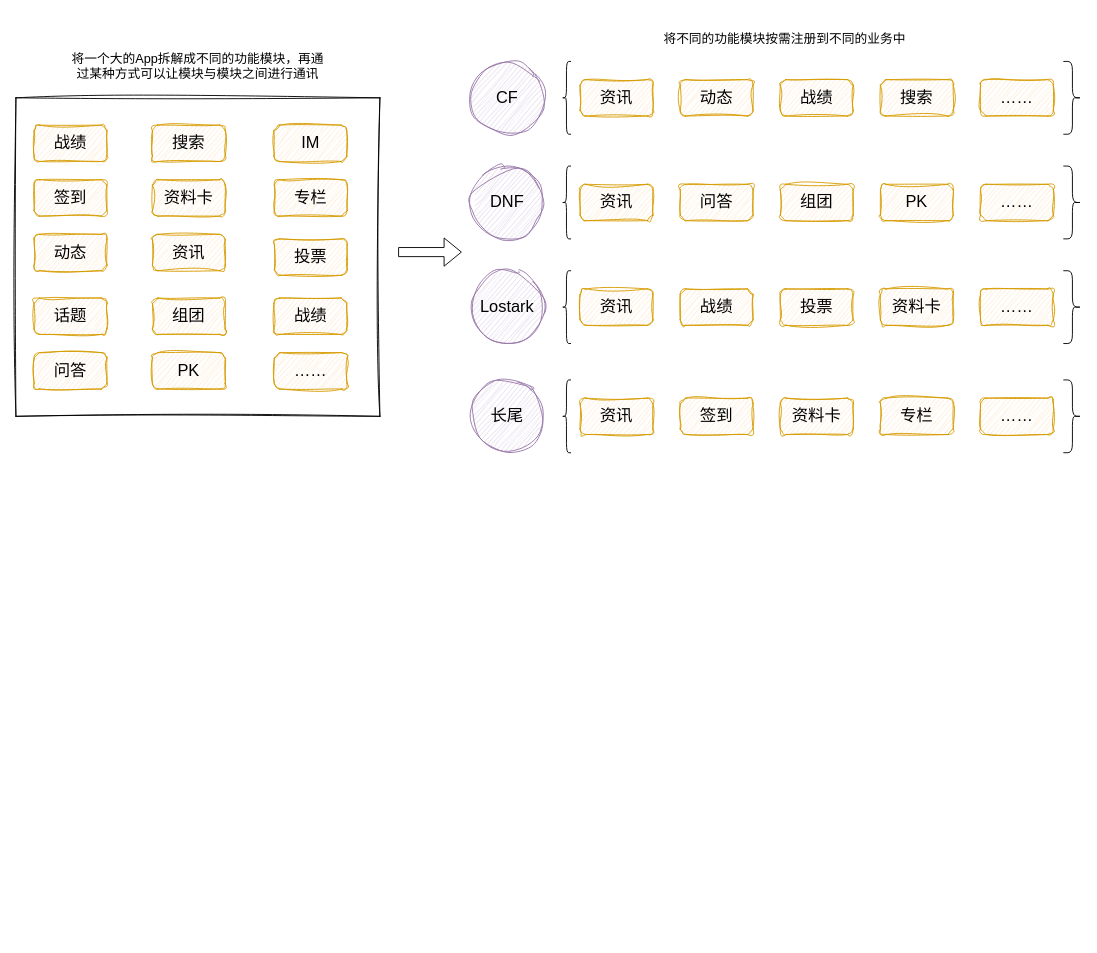
skindhu/9GAG keeps this draw.io diagram as nonConsistence.drawio. Above is the earlier version. Source tidied: cells renumbered, new cells numbered last; positions are measured from the earlier drawing's top-left corner, leaving out a move shared by most shapes. Both pictures are drawn from the tidied source at 91%, with x=0, y=0 at pixel (15, 15).
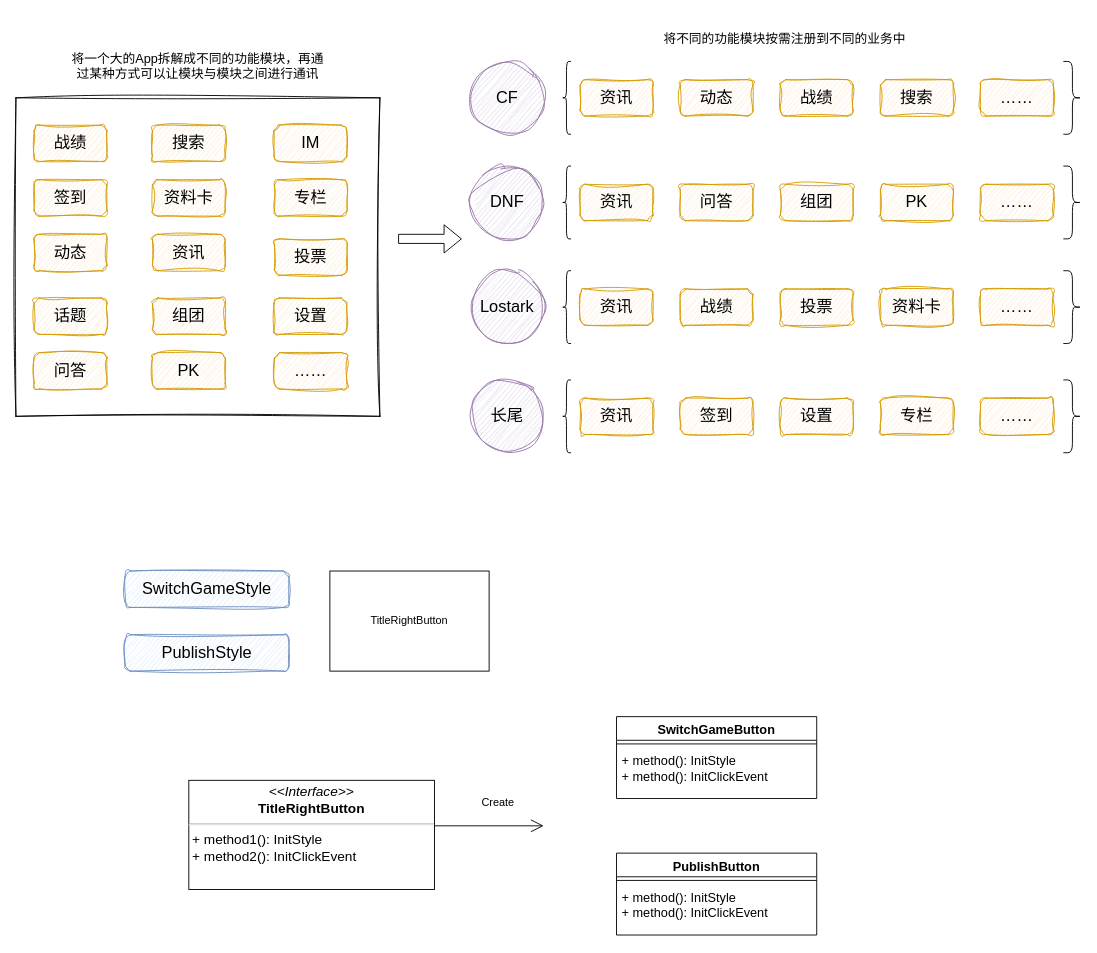
The same diagram, later.

What changed in the source:
```diff
@@
-    <mxCell id="17" value="&lt;span style=&quot;font-size: 18px;&quot;&gt;战绩&lt;/span&gt;" style="rounded=1;whiteSpace=wrap;html=1;fillColor=#ffe6cc;strokeColor=#d79b00;sketch=1;curveFitting=1;jiggle=2;" parent="1" vertex="1">
+    <mxCell id="17" value="&lt;font style=&quot;font-size: 18px;&quot;&gt;设置&lt;/font&gt;" style="rounded=1;whiteSpace=wrap;html=1;fillColor=#ffe6cc;strokeColor=#d79b00;sketch=1;curveFitting=1;jiggle=2;" parent="1" vertex="1">
       <mxGeometry x="283.5" y="310" width="80" height="40" as="geometry" />
     </mxCell>
@@
-    <mxCell id="26" value="&lt;font style=&quot;font-size: 18px;&quot;&gt;战绩&lt;/font&gt;" style="rounded=1;whiteSpace=wrap;html=1;fillColor=#ffe6cc;strokeColor=#d79b00;sketch=1;curveFitting=1;jiggle=2;" parent="1" vertex="1">
+    <mxCell id="26" value="&lt;span style=&quot;font-size: 18px;&quot;&gt;战绩&lt;/span&gt;" style="rounded=1;whiteSpace=wrap;html=1;fillColor=#ffe6cc;strokeColor=#d79b00;sketch=1;curveFitting=1;jiggle=2;" parent="1" vertex="1">
       <mxGeometry x="840" y="70" width="80" height="40" as="geometry" />
     </mxCell>
@@
-    <mxCell id="49" value="&lt;font style=&quot;font-size: 18px;&quot;&gt;资料卡&lt;/font&gt;" style="rounded=1;whiteSpace=wrap;html=1;fillColor=#ffe6cc;strokeColor=#d79b00;sketch=1;curveFitting=1;jiggle=2;" parent="1" vertex="1">
+    <mxCell id="49" value="&lt;font style=&quot;font-size: 18px;&quot;&gt;设置&lt;/font&gt;" style="rounded=1;whiteSpace=wrap;html=1;fillColor=#ffe6cc;strokeColor=#d79b00;sketch=1;curveFitting=1;jiggle=2;" parent="1" vertex="1">
       <mxGeometry x="840" y="420" width="80" height="40" as="geometry" />
     </mxCell>
@@
     <mxCell id="52" style="shape=flexArrow;endArrow=classic;html=1;rounded=0;" parent="1" edge="1">
       <mxGeometry relative="1" as="geometry">
-        <mxPoint x="420" y="259.5" as="sourcePoint" />
-        <mxPoint x="490" y="259.5" as="targetPoint" />
+        <mxPoint x="420" y="245" as="sourcePoint" />
+        <mxPoint x="490" y="245" as="targetPoint" />
       </mxGeometry>
     </mxCell>
+    <mxCell id="53" value="&lt;font style=&quot;font-size: 18px;&quot;&gt;SwitchGameStyle&lt;/font&gt;" style="rounded=1;whiteSpace=wrap;html=1;fillColor=#dae8fc;strokeColor=#6c8ebf;sketch=1;curveFitting=1;jiggle=2;" parent="1" vertex="1">
+      <mxGeometry x="120" y="610" width="180" height="40" as="geometry" />
+    </mxCell>
+    <mxCell id="54" value="&lt;font style=&quot;font-size: 18px;&quot;&gt;PublishStyle&lt;/font&gt;" style="rounded=1;whiteSpace=wrap;html=1;fillColor=#dae8fc;strokeColor=#6c8ebf;sketch=1;curveFitting=1;jiggle=2;" parent="1" vertex="1">
+      <mxGeometry x="120" y="680" width="180" height="40" as="geometry" />
+    </mxCell>
+    <mxCell id="55" value="TitleRightButton" style="rounded=0;whiteSpace=wrap;html=1;" parent="1" vertex="1">
+      <mxGeometry x="345" y="610" width="175" height="110" as="geometry" />
+    </mxCell>
+    <mxCell id="56" value="&lt;p style=&quot;margin: 4px 0px 0px; text-align: center; font-size: 15px;&quot;&gt;&lt;i style=&quot;font-size: 15px;&quot;&gt;&amp;lt;&amp;lt;Interface&amp;gt;&amp;gt;&lt;/i&gt;&lt;br style=&quot;font-size: 15px;&quot;&gt;&lt;b style=&quot;font-size: 15px;&quot;&gt;TitleRightButton&lt;/b&gt;&lt;/p&gt;&lt;hr style=&quot;font-size: 15px;&quot;&gt;&lt;p style=&quot;margin: 0px 0px 0px 4px; font-size: 15px;&quot;&gt;&lt;/p&gt;&lt;p style=&quot;margin: 0px 0px 0px 4px; font-size: 15px;&quot;&gt;+ method1(): InitStyle&lt;br style=&quot;font-size: 15px;&quot;&gt;+ method2(): InitClickEvent&lt;/p&gt;" style="verticalAlign=top;align=left;overflow=fill;fontSize=15;fontFamily=Helvetica;html=1;whiteSpace=wrap;" parent="1" vertex="1">
+      <mxGeometry x="190" y="840" width="270" height="120" as="geometry" />
+    </mxCell>
+    <mxCell id="57" value="SwitchGameButton" style="swimlane;fontStyle=1;align=center;verticalAlign=top;horizontal=1;startSize=26;whiteSpace=wrap;html=1;fontSize=14;" parent="1" vertex="1">
+      <mxGeometry x="660" y="770" width="220" height="90" as="geometry" />
+    </mxCell>
+    <mxCell id="58" style="line;strokeWidth=1;fillColor=none;align=left;verticalAlign=middle;spacingTop=-1;spacingLeft=3;spacingRight=3;labelPosition=right;strokeColor=inherit;" parent="57" vertex="1">
+      <mxGeometry y="26" width="220" height="8" as="geometry" />
+    </mxCell>
+    <mxCell id="59" value="+ method():&amp;nbsp;InitStyle&lt;br style=&quot;font-size: 14px;&quot;&gt;+ method():&amp;nbsp;InitClickEvent" style="text;strokeColor=none;fillColor=none;align=left;verticalAlign=top;spacingLeft=4;spacingRight=4;overflow=hidden;whiteSpace=wrap;html=1;fontSize=14;" parent="57" vertex="1">
+      <mxGeometry y="34" width="220" height="56" as="geometry" />
+    </mxCell>
+    <mxCell id="60" value="PublishButton" style="swimlane;fontStyle=1;align=center;verticalAlign=top;horizontal=1;startSize=26;whiteSpace=wrap;html=1;fontSize=14;" parent="1" vertex="1">
+      <mxGeometry x="660" y="920" width="220" height="90" as="geometry" />
+    </mxCell>
+    <mxCell id="61" style="line;strokeWidth=1;fillColor=none;align=left;verticalAlign=middle;spacingTop=-1;spacingLeft=3;spacingRight=3;labelPosition=right;strokeColor=inherit;" parent="60" vertex="1">
+      <mxGeometry y="26" width="220" height="8" as="geometry" />
+    </mxCell>
+    <mxCell id="62" value="+ method():&amp;nbsp;InitStyle&lt;br style=&quot;font-size: 14px;&quot;&gt;+ method():&amp;nbsp;InitClickEvent" style="text;strokeColor=none;fillColor=none;align=left;verticalAlign=top;spacingLeft=4;spacingRight=4;overflow=hidden;whiteSpace=wrap;html=1;fontSize=14;" parent="60" vertex="1">
+      <mxGeometry y="34" width="220" height="56" as="geometry" />
+    </mxCell>
+    <mxCell id="63" style="endArrow=open;endFill=1;endSize=12;html=1;rounded=0;" parent="1" edge="1">
+      <mxGeometry relative="1" as="geometry">
+        <mxPoint x="460" y="890" as="sourcePoint" />
+        <mxPoint x="580" y="890" as="targetPoint" />
+      </mxGeometry>
+    </mxCell>
+    <mxCell id="64" value="Create" style="text;html=1;strokeColor=none;fillColor=none;align=center;verticalAlign=middle;whiteSpace=wrap;rounded=0;" parent="1" vertex="1">
+      <mxGeometry x="500" y="850" width="60" height="30" as="geometry" />
+    </mxCell>
```
